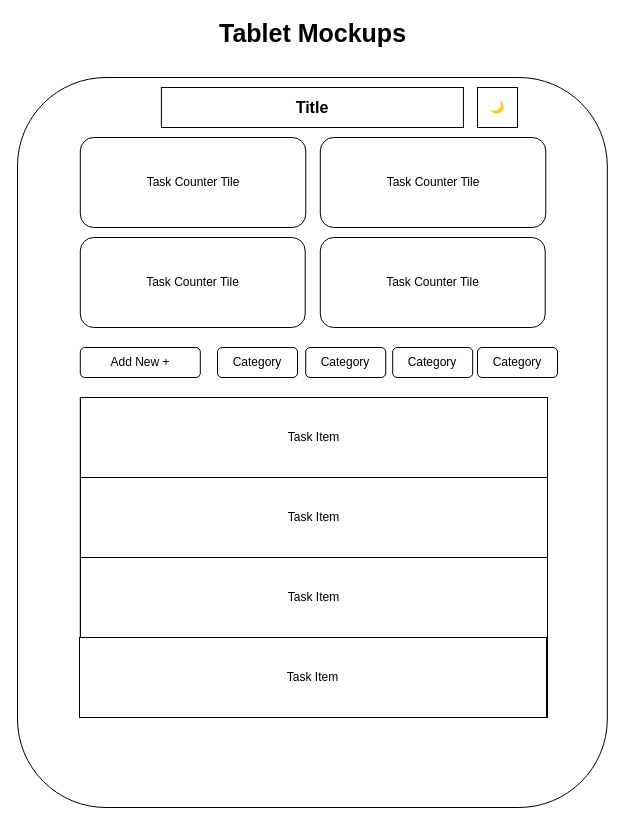
This is page "Tablet" (2 of 3) of docs/UI Mockups.drawio from RyanvanToorn/to-do-app, a draw.io file, before an edit. Source tidied: cells renumbered, new cells numbered last; positions are measured from the earlier drawing's top-left corner, leaving out a move shared by most shapes. Both pictures are drawn from the tidied source at 100%, with x=0, y=0 at pixel (17, 17).
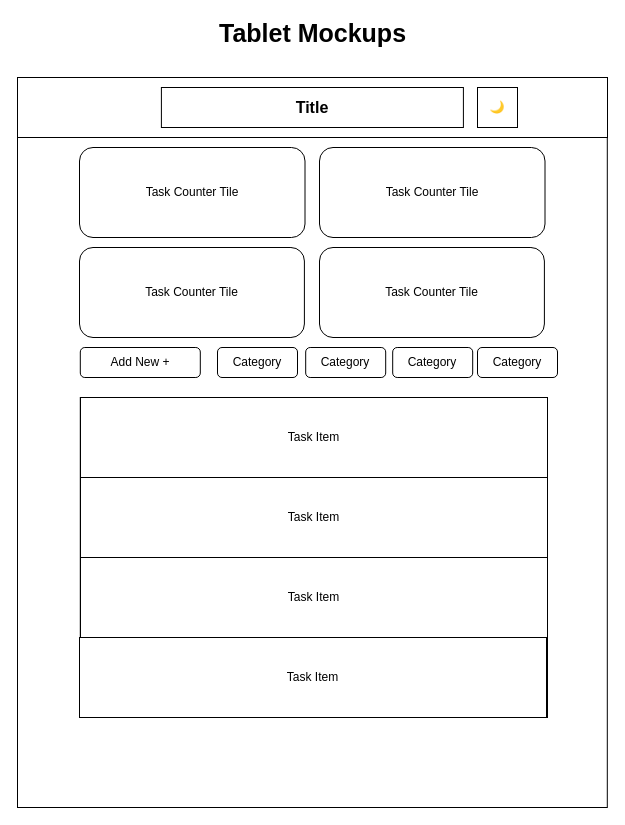
After the change.

Change to the diagram source:
```diff
@@
+    <mxCell id="3" style="rounded=0;whiteSpace=wrap;html=1;" parent="1" vertex="1">
+      <mxGeometry y="60" width="589.8" height="730" as="geometry" />
+    </mxCell>
+    <mxCell id="20" style="rounded=0;whiteSpace=wrap;html=1;" parent="1" vertex="1">
+      <mxGeometry y="60" width="590" height="60" as="geometry" />
+    </mxCell>
@@
-    <mxCell id="3" style="rounded=1;whiteSpace=wrap;html=1;" parent="1" vertex="1">
-      <mxGeometry y="60" width="589.8" height="730" as="geometry" />
-    </mxCell>
@@
     <mxCell id="5" value="Task Counter Tile" style="rounded=1;whiteSpace=wrap;html=1;" parent="1" vertex="1">
-      <mxGeometry x="62.8" y="120" width="225.5" height="90" as="geometry" />
+      <mxGeometry x="62" y="130" width="225.5" height="90" as="geometry" />
     </mxCell>
     <mxCell id="6" value="Task Counter Tile" style="rounded=1;whiteSpace=wrap;html=1;" parent="1" vertex="1">
-      <mxGeometry x="62.8" y="220" width="224.9" height="90" as="geometry" />
+      <mxGeometry x="62" y="230" width="224.9" height="90" as="geometry" />
     </mxCell>
@@
     <mxCell id="8" value="Task Counter Tile" style="rounded=1;whiteSpace=wrap;html=1;" parent="1" vertex="1">
-      <mxGeometry x="302.8" y="120" width="225.5" height="90" as="geometry" />
+      <mxGeometry x="302" y="130" width="225.5" height="90" as="geometry" />
     </mxCell>
     <mxCell id="9" value="Task Counter Tile" style="rounded=1;whiteSpace=wrap;html=1;" parent="1" vertex="1">
-      <mxGeometry x="302.8" y="220" width="224.9" height="90" as="geometry" />
+      <mxGeometry x="302" y="230" width="224.9" height="90" as="geometry" />
     </mxCell>
```
